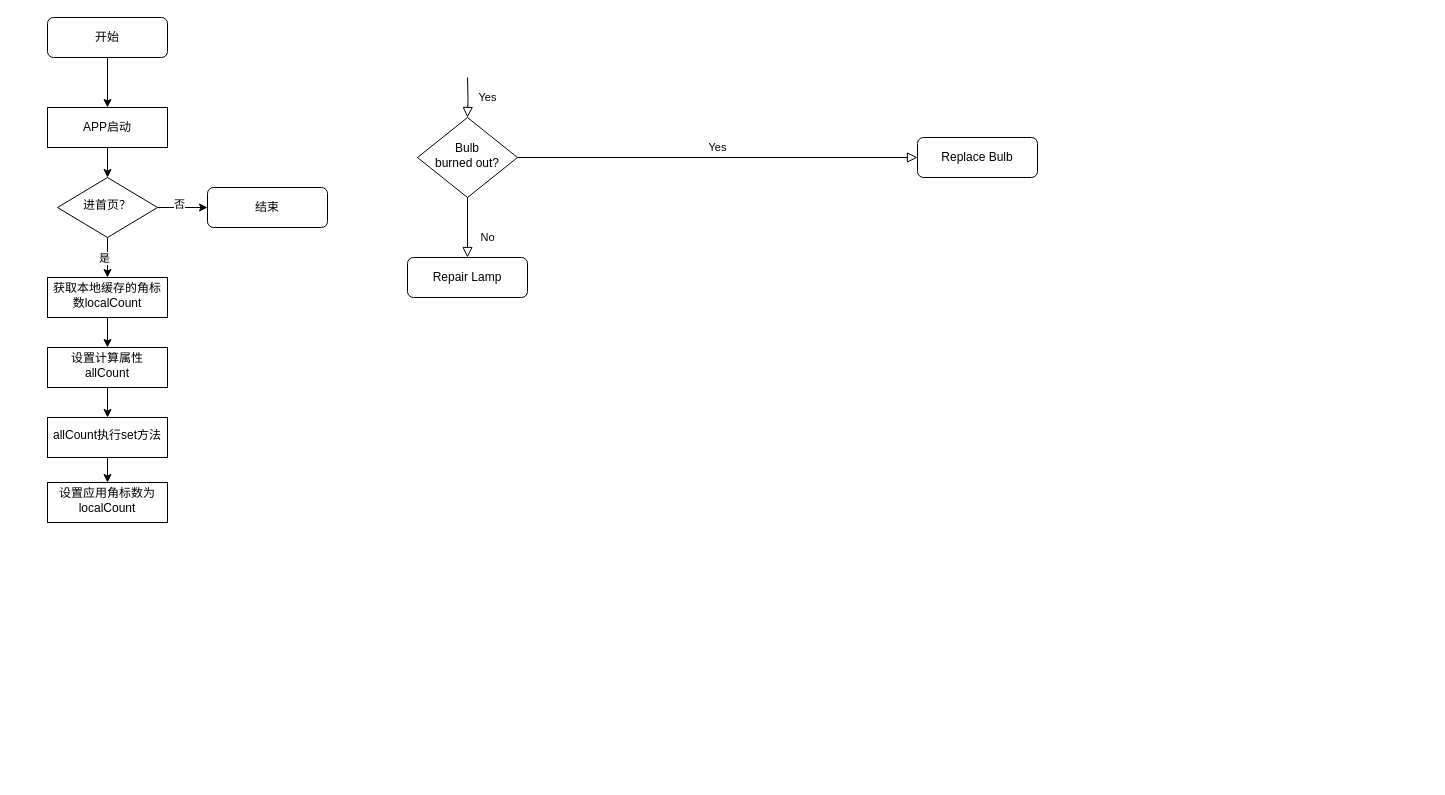
This is 未命名绘图.drawio from CrazyBeats/ZRepo, a draw.io file, before an edit. Source tidied: cells renumbered, new cells numbered last; positions are measured from the earlier drawing's top-left corner, leaving out a move shared by most shapes. Both pictures are drawn from the tidied source at 100%, with x=0, y=0 at pixel (47, 17).
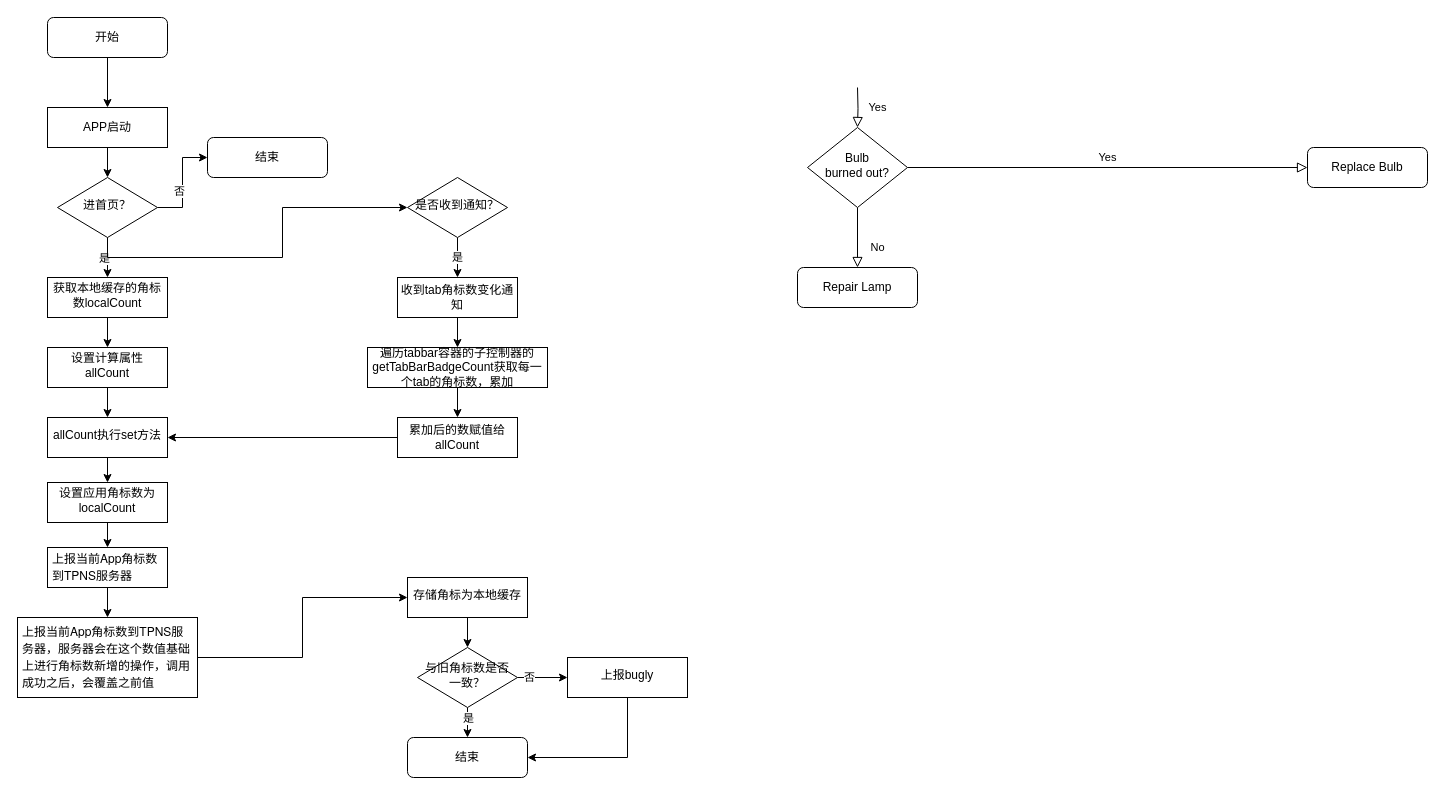
The same page after the edit.

Commit message:
更新未命名绘图.drawio

The change refers to these unchanged cells:
```xml
<mxCell id="16" value="进首页？" style="rhombus;whiteSpace=wrap;html=1;shadow=0;fontFamily=Helvetica;fontSize=12;align=center;strokeWidth=1;spacing=6;spacingTop=-4;" parent="1" vertex="1">
  <mxGeometry x="10" y="160" width="100" height="60" as="geometry" />
</mxCell>
<mxCell id="23" value="allCount执行set方法" style="whiteSpace=wrap;html=1;shadow=0;strokeWidth=1;spacing=6;spacingTop=-4;" parent="1" vertex="1">
  <mxGeometry y="400" width="120" height="40" as="geometry" />
</mxCell>
<mxCell id="24" value="设置应用角标数为localCount" style="whiteSpace=wrap;html=1;shadow=0;strokeWidth=1;spacing=6;spacingTop=-4;" parent="1" vertex="1">
  <mxGeometry y="465" width="120" height="40" as="geometry" />
</mxCell>
```

The edit, as a diff of the source:
```diff
@@
     <mxCell id="4" value="Yes" style="rounded=0;html=1;jettySize=auto;fontSize=11;endArrow=block;endFill=0;endSize=8;strokeWidth=1;shadow=0;labelBackgroundColor=none;edgeStyle=orthogonalEdgeStyle;" parent="1" edge="1" target="7">
       <mxGeometry y="20" relative="1" as="geometry">
-        <mxPoint x="420" y="60" as="sourcePoint" />
+        <mxPoint x="810" y="70" as="sourcePoint" />
       </mxGeometry>
     </mxCell>
@@
     <mxCell id="7" value="Bulb&lt;br&gt;burned out?" style="rhombus;whiteSpace=wrap;html=1;shadow=0;fontFamily=Helvetica;fontSize=12;align=center;strokeWidth=1;spacing=6;spacingTop=-4;" parent="1" vertex="1">
-      <mxGeometry x="370" y="100" width="100" height="80" as="geometry" />
+      <mxGeometry x="760" y="110" width="100" height="80" as="geometry" />
     </mxCell>
     <mxCell id="8" value="Repair Lamp" style="rounded=1;whiteSpace=wrap;html=1;fontSize=12;glass=0;strokeWidth=1;shadow=0;" parent="1" vertex="1">
-      <mxGeometry x="360" y="240" width="120" height="40" as="geometry" />
+      <mxGeometry x="750" y="250" width="120" height="40" as="geometry" />
     </mxCell>
     <mxCell id="9" value="Replace Bulb" style="rounded=1;whiteSpace=wrap;html=1;fontSize=12;glass=0;strokeWidth=1;shadow=0;" parent="1" vertex="1">
-      <mxGeometry x="870" y="120" width="120" height="40" as="geometry" />
+      <mxGeometry x="1260" y="130" width="120" height="40" as="geometry" />
     </mxCell>
@@
+    <mxCell id="25" style="edgeStyle=orthogonalEdgeStyle;rounded=0;jettySize=auto;html=1;exitX=0.5;exitY=1;exitDx=0;exitDy=0;entryX=0;entryY=0.5;entryDx=0;entryDy=0;" parent="1" edge="1" source="16" target="48">
+      <mxGeometry relative="1" as="geometry" />
+    </mxCell>
@@
     <mxCell id="17" value="结束" style="rounded=1;whiteSpace=wrap;html=1;fontSize=12;glass=0;strokeWidth=1;shadow=0;" parent="1" vertex="1">
-      <mxGeometry x="160" y="170" width="120" height="40" as="geometry" />
+      <mxGeometry x="160" y="120" width="120" height="40" as="geometry" />
     </mxCell>
@@
+    <mxCell id="26" style="edgeStyle=orthogonalEdgeStyle;rounded=0;jettySize=auto;html=1;" parent="1" edge="1" source="24" target="28">
+      <mxGeometry relative="1" as="geometry" />
+    </mxCell>
@@
+    <mxCell id="27" style="edgeStyle=orthogonalEdgeStyle;rounded=0;jettySize=auto;html=1;" parent="1" edge="1" source="28" target="30">
+      <mxGeometry relative="1" as="geometry" />
+    </mxCell>
+    <mxCell id="28" value="&lt;p style=&quot;margin: 0px; font-variant-numeric: normal; font-variant-east-asian: normal; font-variant-alternates: normal; font-kerning: auto; font-optical-sizing: auto; font-feature-settings: normal; font-variation-settings: normal; font-stretch: normal; line-height: normal; font-family: &amp;quot;Helvetica Neue&amp;quot;; background-color: rgb(255, 255, 255); text-align: start;&quot; class=&quot;p1&quot;&gt;上报当前App角标数到TPNS服务器&lt;/p&gt;" style="whiteSpace=wrap;html=1;shadow=0;strokeWidth=1;spacing=6;spacingTop=-4;" parent="1" vertex="1">
+      <mxGeometry y="530" width="120" height="40" as="geometry" />
+    </mxCell>
+    <mxCell id="29" style="edgeStyle=orthogonalEdgeStyle;rounded=0;jettySize=auto;html=1;" parent="1" edge="1" source="30" target="34">
+      <mxGeometry relative="1" as="geometry" />
+    </mxCell>
+    <mxCell id="30" value="&lt;p style=&quot;margin: 0px; font-variant-numeric: normal; font-variant-east-asian: normal; font-variant-alternates: normal; font-kerning: auto; font-optical-sizing: auto; font-feature-settings: normal; font-variation-settings: normal; font-stretch: normal; line-height: normal; font-family: &amp;quot;Helvetica Neue&amp;quot;; background-color: rgb(255, 255, 255); text-align: start;&quot; class=&quot;p1&quot;&gt;上报当前App角标数到TPNS服务器，服务器会在这个数值基础上进行角标数新增的操作，调用成功之后，会覆盖之前值&lt;/p&gt;" style="whiteSpace=wrap;html=1;shadow=0;strokeWidth=1;spacing=6;spacingTop=-4;" parent="1" vertex="1">
+      <mxGeometry x="-30" y="600" width="180" height="80" as="geometry" />
+    </mxCell>
+    <mxCell id="31" style="edgeStyle=orthogonalEdgeStyle;rounded=0;jettySize=auto;html=1;exitX=1;exitY=0.5;exitDx=0;exitDy=0;" parent="1" edge="1" source="39" target="36">
+      <mxGeometry relative="1" as="geometry" />
+    </mxCell>
+    <mxCell id="32" value="否" style="edgeLabel;html=1;align=center;verticalAlign=middle;" parent="31" vertex="1">
+      <mxGeometry x="-0.57" y="1" relative="1" as="geometry" />
+    </mxCell>
+    <mxCell id="33" style="edgeStyle=orthogonalEdgeStyle;rounded=0;jettySize=auto;html=1;" parent="1" edge="1" source="34" target="39">
+      <mxGeometry relative="1" as="geometry" />
+    </mxCell>
+    <mxCell id="34" value="存储角标为本地缓存" style="whiteSpace=wrap;html=1;shadow=0;strokeWidth=1;spacing=6;spacingTop=-4;" parent="1" vertex="1">
+      <mxGeometry x="360" y="560" width="120" height="40" as="geometry" />
+    </mxCell>
+    <mxCell id="35" style="edgeStyle=orthogonalEdgeStyle;rounded=0;jettySize=auto;html=1;entryX=1;entryY=0.5;entryDx=0;entryDy=0;exitX=0.5;exitY=1;exitDx=0;exitDy=0;" parent="1" edge="1" source="36" target="40">
+      <mxGeometry relative="1" as="geometry" />
+    </mxCell>
+    <mxCell id="36" value="上报bugly" style="whiteSpace=wrap;html=1;shadow=0;strokeWidth=1;spacing=6;spacingTop=-4;" parent="1" vertex="1">
+      <mxGeometry x="520" y="640" width="120" height="40" as="geometry" />
+    </mxCell>
+    <mxCell id="37" style="edgeStyle=orthogonalEdgeStyle;rounded=0;jettySize=auto;html=1;" parent="1" edge="1" source="39" target="40">
+      <mxGeometry relative="1" as="geometry" />
+    </mxCell>
+    <mxCell id="38" value="是" style="edgeLabel;html=1;align=center;verticalAlign=middle;" parent="37" vertex="1">
+      <mxGeometry x="0.2" relative="1" as="geometry" />
+    </mxCell>
+    <mxCell id="39" value="与旧角标数是否一致？" style="rhombus;whiteSpace=wrap;html=1;shadow=0;fontFamily=Helvetica;fontSize=12;align=center;strokeWidth=1;spacing=6;spacingTop=-4;" parent="1" vertex="1">
+      <mxGeometry x="370" y="630" width="100" height="60" as="geometry" />
+    </mxCell>
+    <mxCell id="40" value="结束" style="rounded=1;whiteSpace=wrap;html=1;fontSize=12;glass=0;strokeWidth=1;shadow=0;" parent="1" vertex="1">
+      <mxGeometry x="360" y="720" width="120" height="40" as="geometry" />
+    </mxCell>
+    <mxCell id="41" style="edgeStyle=orthogonalEdgeStyle;rounded=0;jettySize=auto;html=1;" parent="1" edge="1" source="42" target="44">
+      <mxGeometry relative="1" as="geometry" />
+    </mxCell>
+    <mxCell id="42" value="收到tab角标数变化通知" style="rounded=0;whiteSpace=wrap;html=1;" parent="1" vertex="1">
+      <mxGeometry x="350" y="260" width="120" height="40" as="geometry" />
+    </mxCell>
+    <mxCell id="43" style="edgeStyle=orthogonalEdgeStyle;rounded=0;jettySize=auto;html=1;" parent="1" edge="1" source="44" target="46">
+      <mxGeometry relative="1" as="geometry" />
+    </mxCell>
+    <mxCell id="44" value="遍历tabbar容器的子控制器的getTabBarBadgeCount获取每一个tab的角标数，累加" style="rounded=0;whiteSpace=wrap;html=1;" parent="1" vertex="1">
+      <mxGeometry x="320" y="330" width="180" height="40" as="geometry" />
+    </mxCell>
+    <mxCell id="45" style="edgeStyle=orthogonalEdgeStyle;rounded=0;jettySize=auto;html=1;entryX=1;entryY=0.5;entryDx=0;entryDy=0;exitX=0;exitY=0.5;exitDx=0;exitDy=0;" parent="1" edge="1" source="46" target="23">
+      <mxGeometry relative="1" as="geometry" />
+    </mxCell>
+    <mxCell id="46" value="累加后的数赋值给allCount" style="rounded=0;whiteSpace=wrap;html=1;" parent="1" vertex="1">
+      <mxGeometry x="350" y="400" width="120" height="40" as="geometry" />
+    </mxCell>
+    <mxCell id="47" value="是" style="edgeStyle=orthogonalEdgeStyle;rounded=0;jettySize=auto;html=1;entryX=0.5;entryY=0;entryDx=0;entryDy=0;" parent="1" edge="1" source="48" target="42">
+      <mxGeometry relative="1" as="geometry" />
+    </mxCell>
+    <mxCell id="48" value="是否收到通知？" style="rhombus;whiteSpace=wrap;html=1;shadow=0;fontFamily=Helvetica;fontSize=12;align=center;strokeWidth=1;spacing=6;spacingTop=-4;" parent="1" vertex="1">
+      <mxGeometry x="360" y="160" width="100" height="60" as="geometry" />
+    </mxCell>
```
